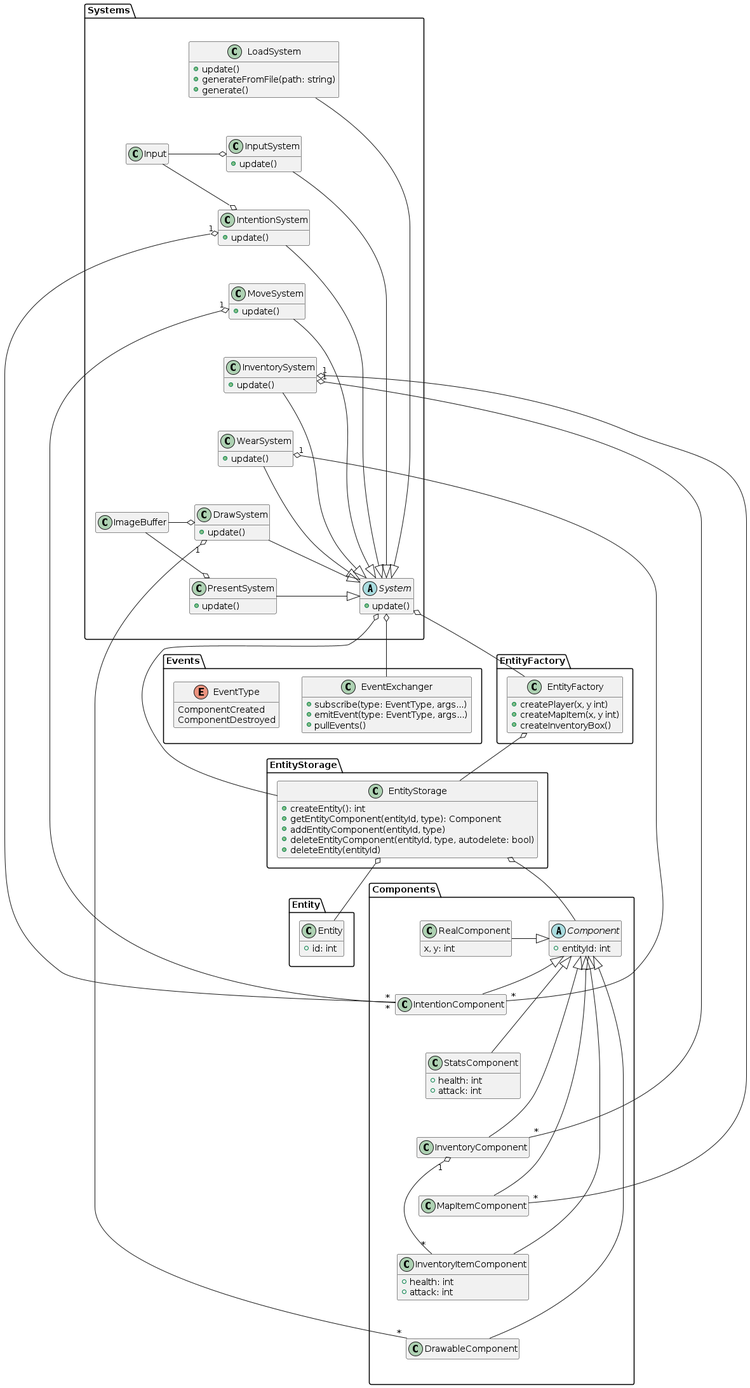
Earlier version of the PlantUML export docs/diagrams/class_diagram.png (SoftwareArchitecture2022/roguelike).
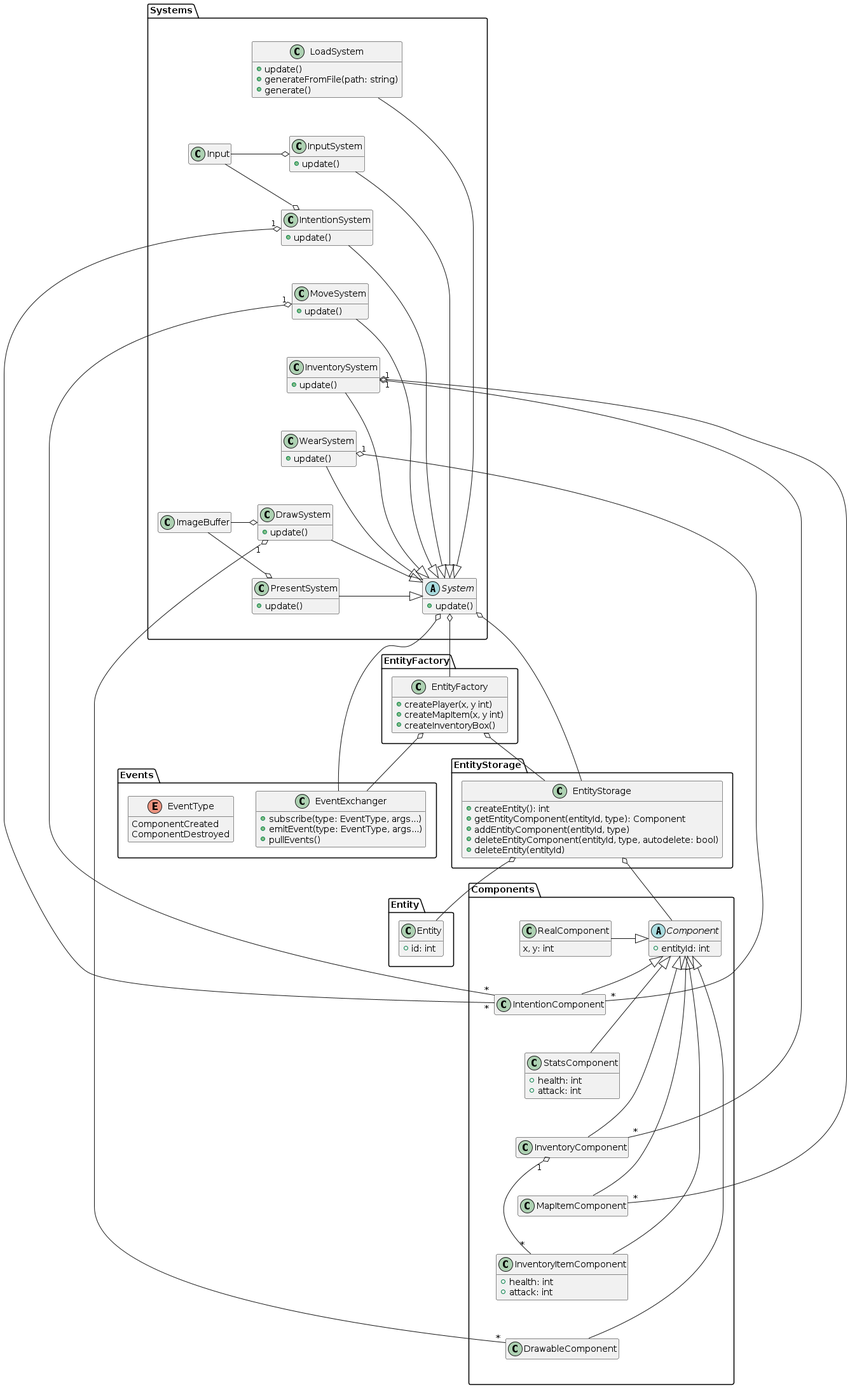
The same file after the commit.

Commit message:
Added relation with EntityFactory and EventExchanger

Change to the diagram source:
```diff
@@ -173,5 +173,6 @@
 System o-- EntityStorage
 System o-- EntityFactory
 EntityFactory o-- EntityStorage
+EntityFactory o-- EventExchanger
 
 @enduml
```
